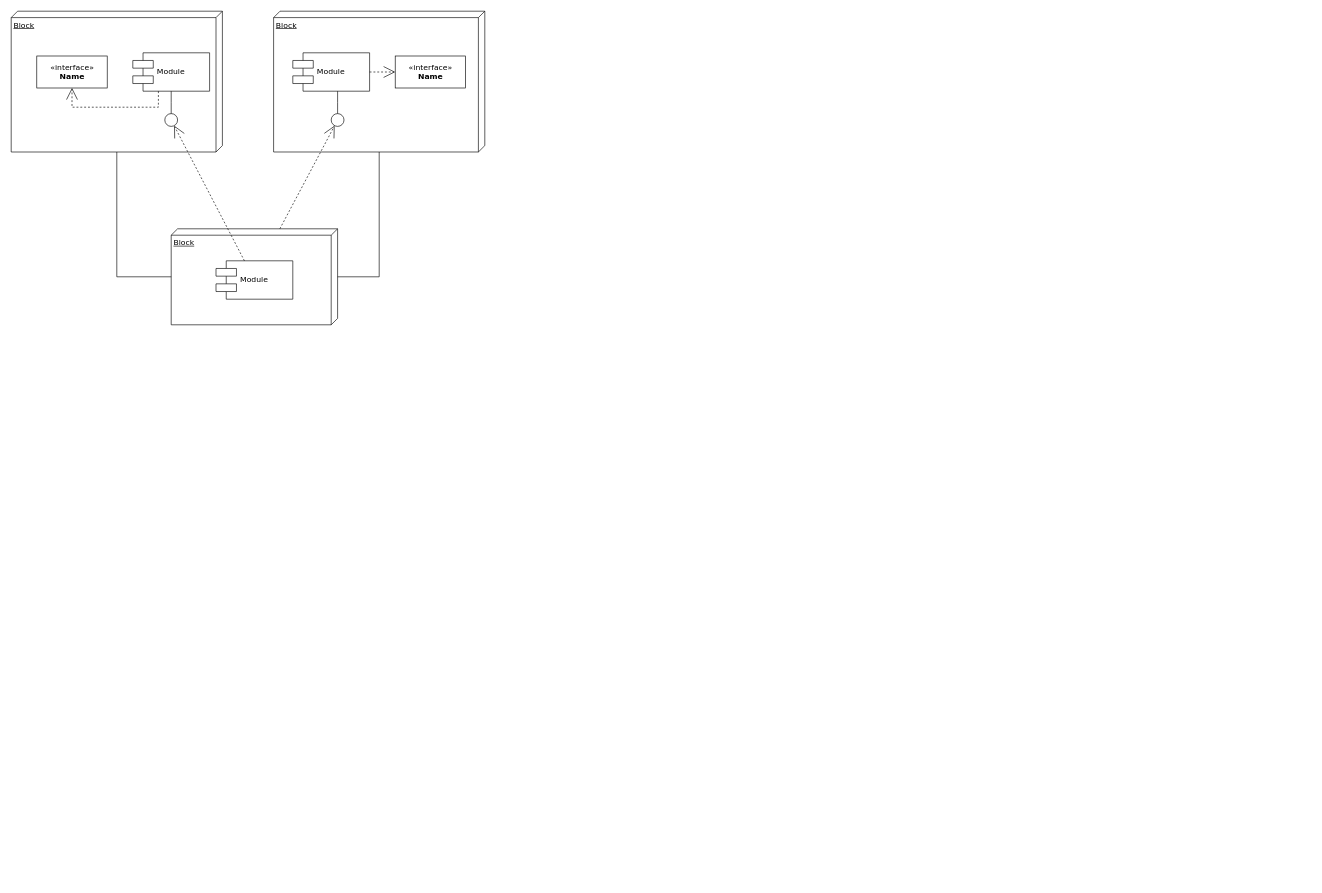
Before: DES/P2-DD.drawio in NeutronBlast/IS-Ex, a draw.io diagram. Source tidied: cells renumbered, new cells numbered last; positions are measured from the earlier drawing's top-left corner, leaving out a move shared by most shapes. Both pictures are drawn from the tidied source at 64%, with x=0, y=0 at pixel (11, 11).
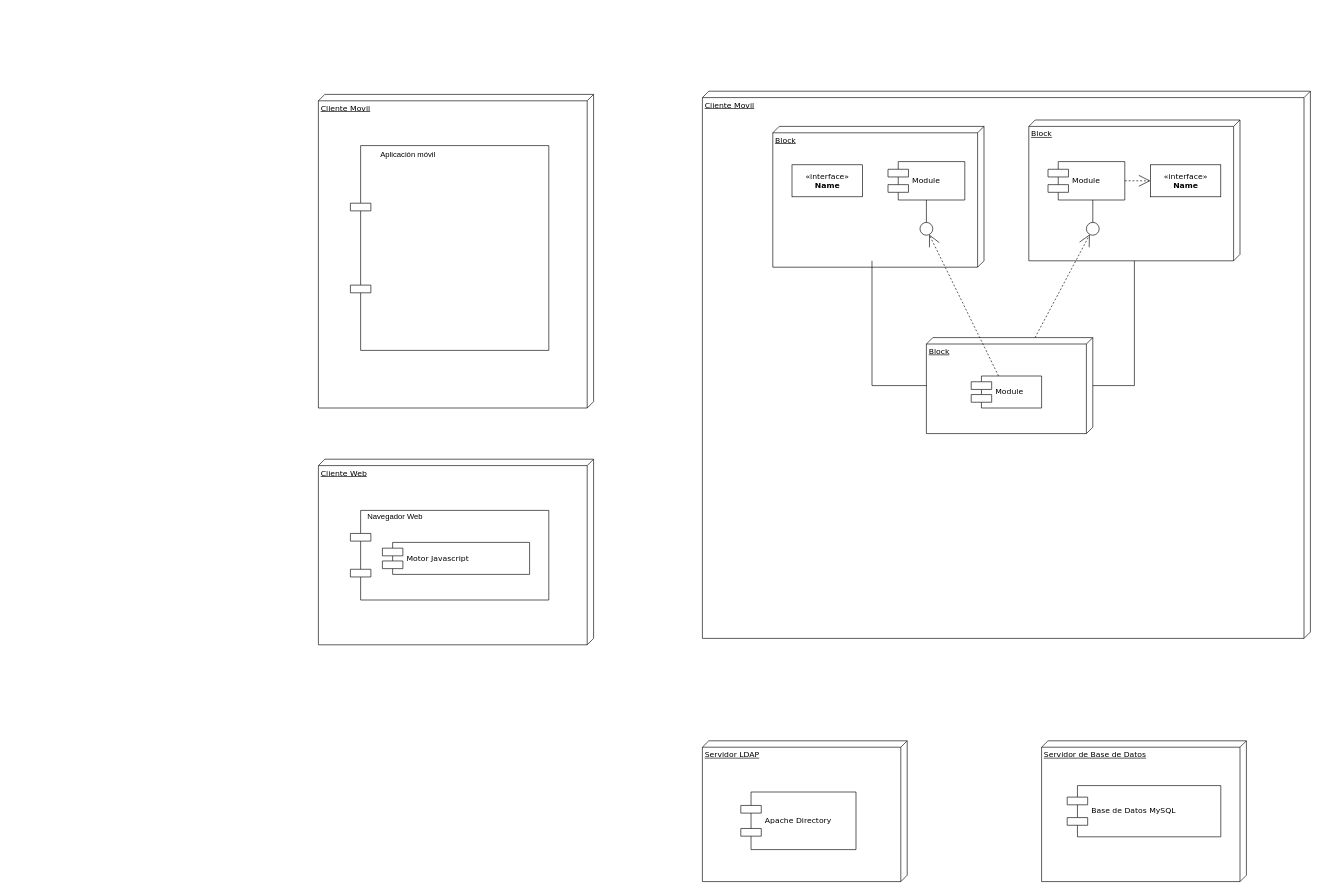
After the change.

The edit, as a diff of the source:
```diff
@@
-    <mxCell id="2" value="Block" style="verticalAlign=top;align=left;spacingTop=8;spacingLeft=2;spacingRight=12;shape=cube;size=10;direction=south;fontStyle=4;html=1;rounded=0;shadow=0;comic=0;labelBackgroundColor=none;strokeWidth=1;fontFamily=Verdana;fontSize=12;" parent="1" vertex="1">
-      <mxGeometry width="330" height="220" as="geometry" />
-    </mxCell>
-    <mxCell id="3" value="Block" style="verticalAlign=top;align=left;spacingTop=8;spacingLeft=2;spacingRight=12;shape=cube;size=10;direction=south;fontStyle=4;html=1;rounded=0;shadow=0;comic=0;labelBackgroundColor=none;strokeWidth=1;fontFamily=Verdana;fontSize=12;" parent="1" vertex="1">
-      <mxGeometry x="410" width="330" height="220" as="geometry" />
-    </mxCell>
-    <mxCell id="4" value="Block" style="verticalAlign=top;align=left;spacingTop=8;spacingLeft=2;spacingRight=12;shape=cube;size=10;direction=south;fontStyle=4;html=1;rounded=0;shadow=0;comic=0;labelBackgroundColor=none;strokeWidth=1;fontFamily=Verdana;fontSize=12;" parent="1" vertex="1">
-      <mxGeometry x="250" y="340" width="260" height="150" as="geometry" />
-    </mxCell>
-    <mxCell id="5" value="&amp;laquo;interface&amp;raquo;&lt;br&gt;&lt;b&gt;Name&lt;/b&gt;" style="html=1;rounded=0;shadow=0;comic=0;labelBackgroundColor=none;strokeWidth=1;fontFamily=Verdana;fontSize=12;align=center;" parent="1" vertex="1">
-      <mxGeometry x="40" y="70" width="110" height="50" as="geometry" />
-    </mxCell>
-    <mxCell id="6" value="Module" style="shape=component;align=left;spacingLeft=36;rounded=0;shadow=0;comic=0;labelBackgroundColor=none;strokeWidth=1;fontFamily=Verdana;fontSize=12;html=1;" parent="1" vertex="1">
-      <mxGeometry x="190" y="65" width="120" height="60" as="geometry" />
-    </mxCell>
-    <mxCell id="7" style="ellipse;whiteSpace=wrap;html=1;rounded=0;shadow=0;comic=0;labelBackgroundColor=none;strokeWidth=1;fontFamily=Verdana;fontSize=12;align=center;" parent="1" vertex="1">
-      <mxGeometry x="240" y="160" width="20" height="20" as="geometry" />
-    </mxCell>
-    <mxCell id="8" value="Module" style="shape=component;align=left;spacingLeft=36;rounded=0;shadow=0;comic=0;labelBackgroundColor=none;strokeWidth=1;fontFamily=Verdana;fontSize=12;html=1;" parent="1" vertex="1">
-      <mxGeometry x="440" y="65" width="120" height="60" as="geometry" />
-    </mxCell>
-    <mxCell id="9" value="&amp;laquo;interface&amp;raquo;&lt;br&gt;&lt;b&gt;Name&lt;/b&gt;" style="html=1;rounded=0;shadow=0;comic=0;labelBackgroundColor=none;strokeWidth=1;fontFamily=Verdana;fontSize=12;align=center;" parent="1" vertex="1">
-      <mxGeometry x="600" y="70" width="110" height="50" as="geometry" />
-    </mxCell>
-    <mxCell id="10" style="ellipse;whiteSpace=wrap;html=1;rounded=0;shadow=0;comic=0;labelBackgroundColor=none;strokeWidth=1;fontFamily=Verdana;fontSize=12;align=center;" parent="1" vertex="1">
-      <mxGeometry x="500" y="160" width="20" height="20" as="geometry" />
-    </mxCell>
-    <mxCell id="11" value="Module" style="shape=component;align=left;spacingLeft=36;rounded=0;shadow=0;comic=0;labelBackgroundColor=none;strokeWidth=1;fontFamily=Verdana;fontSize=12;html=1;" parent="1" vertex="1">
-      <mxGeometry x="320" y="390" width="120" height="60" as="geometry" />
-    </mxCell>
-    <mxCell id="12" style="edgeStyle=none;rounded=0;html=1;dashed=1;labelBackgroundColor=none;startArrow=none;startFill=0;startSize=8;endArrow=open;endFill=0;endSize=16;fontFamily=Verdana;fontSize=12;" parent="1" edge="1" source="11" target="7">
-      <mxGeometry relative="1" as="geometry" />
-    </mxCell>
-    <mxCell id="13" style="edgeStyle=none;rounded=0;html=1;dashed=1;labelBackgroundColor=none;startArrow=none;startFill=0;startSize=8;endArrow=open;endFill=0;endSize=16;fontFamily=Verdana;fontSize=12;" parent="1" edge="1" source="4" target="10">
-      <mxGeometry relative="1" as="geometry" />
-    </mxCell>
-    <mxCell id="14" style="edgeStyle=elbowEdgeStyle;rounded=0;html=1;labelBackgroundColor=none;startArrow=none;startFill=0;startSize=8;endArrow=none;endFill=0;endSize=16;fontFamily=Verdana;fontSize=12;" parent="1" edge="1" source="10" target="8">
-      <mxGeometry relative="1" as="geometry" />
-    </mxCell>
-    <mxCell id="15" style="edgeStyle=elbowEdgeStyle;rounded=0;html=1;labelBackgroundColor=none;startArrow=none;startFill=0;startSize=8;endArrow=none;endFill=0;endSize=16;fontFamily=Verdana;fontSize=12;" parent="1" edge="1" source="7" target="6">
-      <mxGeometry relative="1" as="geometry" />
-    </mxCell>
-    <mxCell id="16" style="edgeStyle=orthogonalEdgeStyle;rounded=0;html=1;labelBackgroundColor=none;startArrow=none;startFill=0;startSize=8;endArrow=open;endFill=0;endSize=16;fontFamily=Verdana;fontSize=12;dashed=1;" parent="1" edge="1" source="6" target="5">
-      <mxGeometry relative="1" as="geometry">
-        <Array as="points">
-          <mxPoint x="230" y="150" />
-          <mxPoint x="95" y="150" />
-        </Array>
-      </mxGeometry>
-    </mxCell>
-    <mxCell id="17" style="edgeStyle=orthogonalEdgeStyle;rounded=0;html=1;dashed=1;labelBackgroundColor=none;startArrow=none;startFill=0;startSize=8;endArrow=open;endFill=0;endSize=16;fontFamily=Verdana;fontSize=12;" parent="1" edge="1" source="8" target="9">
-      <mxGeometry relative="1" as="geometry" />
-    </mxCell>
-    <mxCell id="18" style="edgeStyle=orthogonalEdgeStyle;rounded=0;html=1;labelBackgroundColor=none;startArrow=none;startFill=0;startSize=8;endArrow=none;endFill=0;endSize=16;fontFamily=Verdana;fontSize=12;" parent="1" edge="1" source="4" target="3">
-      <mxGeometry relative="1" as="geometry">
-        <Array as="points">
-          <mxPoint x="575" y="415" />
-        </Array>
-      </mxGeometry>
-    </mxCell>
-    <mxCell id="19" style="edgeStyle=orthogonalEdgeStyle;rounded=0;html=1;labelBackgroundColor=none;startArrow=none;startFill=0;startSize=8;endArrow=none;endFill=0;endSize=16;fontFamily=Verdana;fontSize=12;" parent="1" edge="1" source="4" target="2">
-      <mxGeometry relative="1" as="geometry">
-        <Array as="points">
-          <mxPoint x="165" y="415" />
-        </Array>
-      </mxGeometry>
-    </mxCell>
+    <mxCell id="20" value="Cliente Movil" style="verticalAlign=top;align=left;spacingTop=8;spacingLeft=2;spacingRight=12;shape=cube;size=10;direction=south;fontStyle=4;html=1;rounded=0;shadow=0;comic=0;labelBackgroundColor=none;strokeWidth=1;fontFamily=Verdana;fontSize=12;" parent="1" vertex="1">
+      <mxGeometry x="480" y="130" width="430" height="490" as="geometry" />
+    </mxCell>
+    <mxCell id="21" style="shape=component;align=left;spacingLeft=36;rounded=0;shadow=0;comic=0;labelBackgroundColor=none;strokeWidth=1;fontFamily=Verdana;fontSize=12;html=1;" parent="1" vertex="1">
+      <mxGeometry x="530" y="210" width="310" height="320" as="geometry" />
+    </mxCell>
+    <mxCell id="22" value="Aplicación móvil" style="text;html=1;strokeColor=none;fillColor=none;align=center;verticalAlign=middle;whiteSpace=wrap;rounded=0;" parent="1" vertex="1">
+      <mxGeometry x="570" y="215" width="100" height="20" as="geometry" />
+    </mxCell>
+    <mxCell id="23" value="Cliente Web" style="verticalAlign=top;align=left;spacingTop=8;spacingLeft=2;spacingRight=12;shape=cube;size=10;direction=south;fontStyle=4;html=1;rounded=0;shadow=0;comic=0;labelBackgroundColor=none;strokeWidth=1;fontFamily=Verdana;fontSize=12;" parent="1" vertex="1">
+      <mxGeometry x="480" y="700" width="430" height="290" as="geometry" />
+    </mxCell>
+    <mxCell id="24" style="shape=component;align=left;spacingLeft=36;rounded=0;shadow=0;comic=0;labelBackgroundColor=none;strokeWidth=1;fontFamily=Verdana;fontSize=12;html=1;" parent="1" vertex="1">
+      <mxGeometry x="530" y="780" width="310" height="140" as="geometry" />
+    </mxCell>
+    <mxCell id="25" value="Navegador Web" style="text;html=1;strokeColor=none;fillColor=none;align=center;verticalAlign=middle;whiteSpace=wrap;rounded=0;" parent="1" vertex="1">
+      <mxGeometry x="550" y="780" width="100" height="20" as="geometry" />
+    </mxCell>
+    <mxCell id="26" value="Motor Javascript" style="shape=component;align=left;spacingLeft=36;rounded=0;shadow=0;comic=0;labelBackgroundColor=none;strokeWidth=1;fontFamily=Verdana;fontSize=12;html=1;" parent="1" vertex="1">
+      <mxGeometry x="580" y="830" width="230" height="50" as="geometry" />
+    </mxCell>
+    <mxCell id="27" value="Cliente Movil" style="verticalAlign=top;align=left;spacingTop=8;spacingLeft=2;spacingRight=12;shape=cube;size=10;direction=south;fontStyle=4;html=1;rounded=0;shadow=0;comic=0;labelBackgroundColor=none;strokeWidth=1;fontFamily=Verdana;fontSize=12;" parent="1" vertex="1">
+      <mxGeometry x="1080" y="125" width="950" height="855" as="geometry" />
+    </mxCell>
+    <mxCell id="28" value="Block" style="verticalAlign=top;align=left;spacingTop=8;spacingLeft=2;spacingRight=12;shape=cube;size=10;direction=south;fontStyle=4;html=1;rounded=0;shadow=0;comic=0;labelBackgroundColor=none;strokeWidth=1;fontFamily=Verdana;fontSize=12;" parent="1" vertex="1">
+      <mxGeometry x="1190" y="180" width="330" height="220" as="geometry" />
+    </mxCell>
+    <mxCell id="29" value="Block" style="verticalAlign=top;align=left;spacingTop=8;spacingLeft=2;spacingRight=12;shape=cube;size=10;direction=south;fontStyle=4;html=1;rounded=0;shadow=0;comic=0;labelBackgroundColor=none;strokeWidth=1;fontFamily=Verdana;fontSize=12;" parent="1" vertex="1">
+      <mxGeometry x="1590" y="170" width="330" height="220" as="geometry" />
+    </mxCell>
+    <mxCell id="30" value="Block" style="verticalAlign=top;align=left;spacingTop=8;spacingLeft=2;spacingRight=12;shape=cube;size=10;direction=south;fontStyle=4;html=1;rounded=0;shadow=0;comic=0;labelBackgroundColor=none;strokeWidth=1;fontFamily=Verdana;fontSize=12;" parent="1" vertex="1">
+      <mxGeometry x="1430" y="510" width="260" height="150" as="geometry" />
+    </mxCell>
+    <mxCell id="31" value="&amp;laquo;interface&amp;raquo;&lt;br&gt;&lt;b&gt;Name&lt;/b&gt;" style="html=1;rounded=0;shadow=0;comic=0;labelBackgroundColor=none;strokeWidth=1;fontFamily=Verdana;fontSize=12;align=center;" parent="1" vertex="1">
+      <mxGeometry x="1220" y="240" width="110" height="50" as="geometry" />
+    </mxCell>
+    <mxCell id="32" value="Module" style="shape=component;align=left;spacingLeft=36;rounded=0;shadow=0;comic=0;labelBackgroundColor=none;strokeWidth=1;fontFamily=Verdana;fontSize=12;html=1;" parent="1" vertex="1">
+      <mxGeometry x="1370" y="235" width="120" height="60" as="geometry" />
+    </mxCell>
+    <mxCell id="33" style="ellipse;whiteSpace=wrap;html=1;rounded=0;shadow=0;comic=0;labelBackgroundColor=none;strokeWidth=1;fontFamily=Verdana;fontSize=12;align=center;" parent="1" vertex="1">
+      <mxGeometry x="1420" y="330" width="20" height="20" as="geometry" />
+    </mxCell>
+    <mxCell id="34" value="Module" style="shape=component;align=left;spacingLeft=36;rounded=0;shadow=0;comic=0;labelBackgroundColor=none;strokeWidth=1;fontFamily=Verdana;fontSize=12;html=1;" parent="1" vertex="1">
+      <mxGeometry x="1620" y="235" width="120" height="60" as="geometry" />
+    </mxCell>
+    <mxCell id="35" value="&amp;laquo;interface&amp;raquo;&lt;br&gt;&lt;b&gt;Name&lt;/b&gt;" style="html=1;rounded=0;shadow=0;comic=0;labelBackgroundColor=none;strokeWidth=1;fontFamily=Verdana;fontSize=12;align=center;" parent="1" vertex="1">
+      <mxGeometry x="1780" y="240" width="110" height="50" as="geometry" />
+    </mxCell>
+    <mxCell id="36" style="ellipse;whiteSpace=wrap;html=1;rounded=0;shadow=0;comic=0;labelBackgroundColor=none;strokeWidth=1;fontFamily=Verdana;fontSize=12;align=center;" parent="1" vertex="1">
+      <mxGeometry x="1680" y="330" width="20" height="20" as="geometry" />
+    </mxCell>
+    <mxCell id="37" value="Module" style="shape=component;align=left;spacingLeft=36;rounded=0;shadow=0;comic=0;labelBackgroundColor=none;strokeWidth=1;fontFamily=Verdana;fontSize=12;html=1;" parent="1" vertex="1">
+      <mxGeometry x="1500" y="570" width="110" height="50" as="geometry" />
+    </mxCell>
+    <mxCell id="38" style="edgeStyle=none;rounded=0;html=1;dashed=1;labelBackgroundColor=none;startArrow=none;startFill=0;startSize=8;endArrow=open;endFill=0;endSize=16;fontFamily=Verdana;fontSize=12;" parent="1" edge="1" source="37" target="33">
+      <mxGeometry relative="1" as="geometry" />
+    </mxCell>
+    <mxCell id="39" style="edgeStyle=none;rounded=0;html=1;dashed=1;labelBackgroundColor=none;startArrow=none;startFill=0;startSize=8;endArrow=open;endFill=0;endSize=16;fontFamily=Verdana;fontSize=12;" parent="1" edge="1" source="30" target="36">
+      <mxGeometry relative="1" as="geometry" />
+    </mxCell>
+    <mxCell id="40" style="edgeStyle=elbowEdgeStyle;rounded=0;html=1;labelBackgroundColor=none;startArrow=none;startFill=0;startSize=8;endArrow=none;endFill=0;endSize=16;fontFamily=Verdana;fontSize=12;" parent="1" edge="1" source="36" target="34">
+      <mxGeometry relative="1" as="geometry" />
+    </mxCell>
+    <mxCell id="41" style="edgeStyle=elbowEdgeStyle;rounded=0;html=1;labelBackgroundColor=none;startArrow=none;startFill=0;startSize=8;endArrow=none;endFill=0;endSize=16;fontFamily=Verdana;fontSize=12;" parent="1" edge="1" source="33" target="32">
+      <mxGeometry relative="1" as="geometry" />
+    </mxCell>
+    <mxCell id="42" style="edgeStyle=orthogonalEdgeStyle;rounded=0;html=1;dashed=1;labelBackgroundColor=none;startArrow=none;startFill=0;startSize=8;endArrow=open;endFill=0;endSize=16;fontFamily=Verdana;fontSize=12;" parent="1" edge="1" source="34" target="35">
+      <mxGeometry relative="1" as="geometry" />
+    </mxCell>
+    <mxCell id="43" style="edgeStyle=orthogonalEdgeStyle;rounded=0;html=1;labelBackgroundColor=none;startArrow=none;startFill=0;startSize=8;endArrow=none;endFill=0;endSize=16;fontFamily=Verdana;fontSize=12;" parent="1" edge="1" source="30" target="29">
+      <mxGeometry relative="1" as="geometry">
+        <Array as="points">
+          <mxPoint x="1755" y="585" />
+        </Array>
+      </mxGeometry>
+    </mxCell>
+    <mxCell id="44" style="edgeStyle=orthogonalEdgeStyle;rounded=0;html=1;labelBackgroundColor=none;startArrow=none;startFill=0;startSize=8;endArrow=none;endFill=0;endSize=16;fontFamily=Verdana;fontSize=12;" parent="1" edge="1" source="30">
+      <mxGeometry relative="1" as="geometry">
+        <mxPoint x="1345" y="390" as="targetPoint" />
+        <Array as="points">
+          <mxPoint x="1345" y="585" />
+        </Array>
+      </mxGeometry>
+    </mxCell>
+    <mxCell id="45" value="Servidor LDAP" style="verticalAlign=top;align=left;spacingTop=8;spacingLeft=2;spacingRight=12;shape=cube;size=10;direction=south;fontStyle=4;html=1;rounded=0;shadow=0;comic=0;labelBackgroundColor=none;strokeWidth=1;fontFamily=Verdana;fontSize=12;" parent="1" vertex="1">
+      <mxGeometry x="1080" y="1140" width="320" height="220" as="geometry" />
+    </mxCell>
+    <mxCell id="46" value="Apache Directory" style="shape=component;align=left;spacingLeft=36;rounded=0;shadow=0;comic=0;labelBackgroundColor=none;strokeWidth=1;fontFamily=Verdana;fontSize=12;html=1;" parent="1" vertex="1">
+      <mxGeometry x="1140" y="1220" width="180" height="90" as="geometry" />
+    </mxCell>
+    <mxCell id="47" value="Servidor de Base de Datos" style="verticalAlign=top;align=left;spacingTop=8;spacingLeft=2;spacingRight=12;shape=cube;size=10;direction=south;fontStyle=4;html=1;rounded=0;shadow=0;comic=0;labelBackgroundColor=none;strokeWidth=1;fontFamily=Verdana;fontSize=12;" parent="1" vertex="1">
+      <mxGeometry x="1610" y="1140" width="320" height="220" as="geometry" />
+    </mxCell>
+    <mxCell id="48" value="Base de Datos MySQL" style="shape=component;align=left;spacingLeft=36;rounded=0;shadow=0;comic=0;labelBackgroundColor=none;strokeWidth=1;fontFamily=Verdana;fontSize=12;html=1;" parent="1" vertex="1">
+      <mxGeometry x="1650" y="1210" width="240" height="80" as="geometry" />
+    </mxCell>
```
